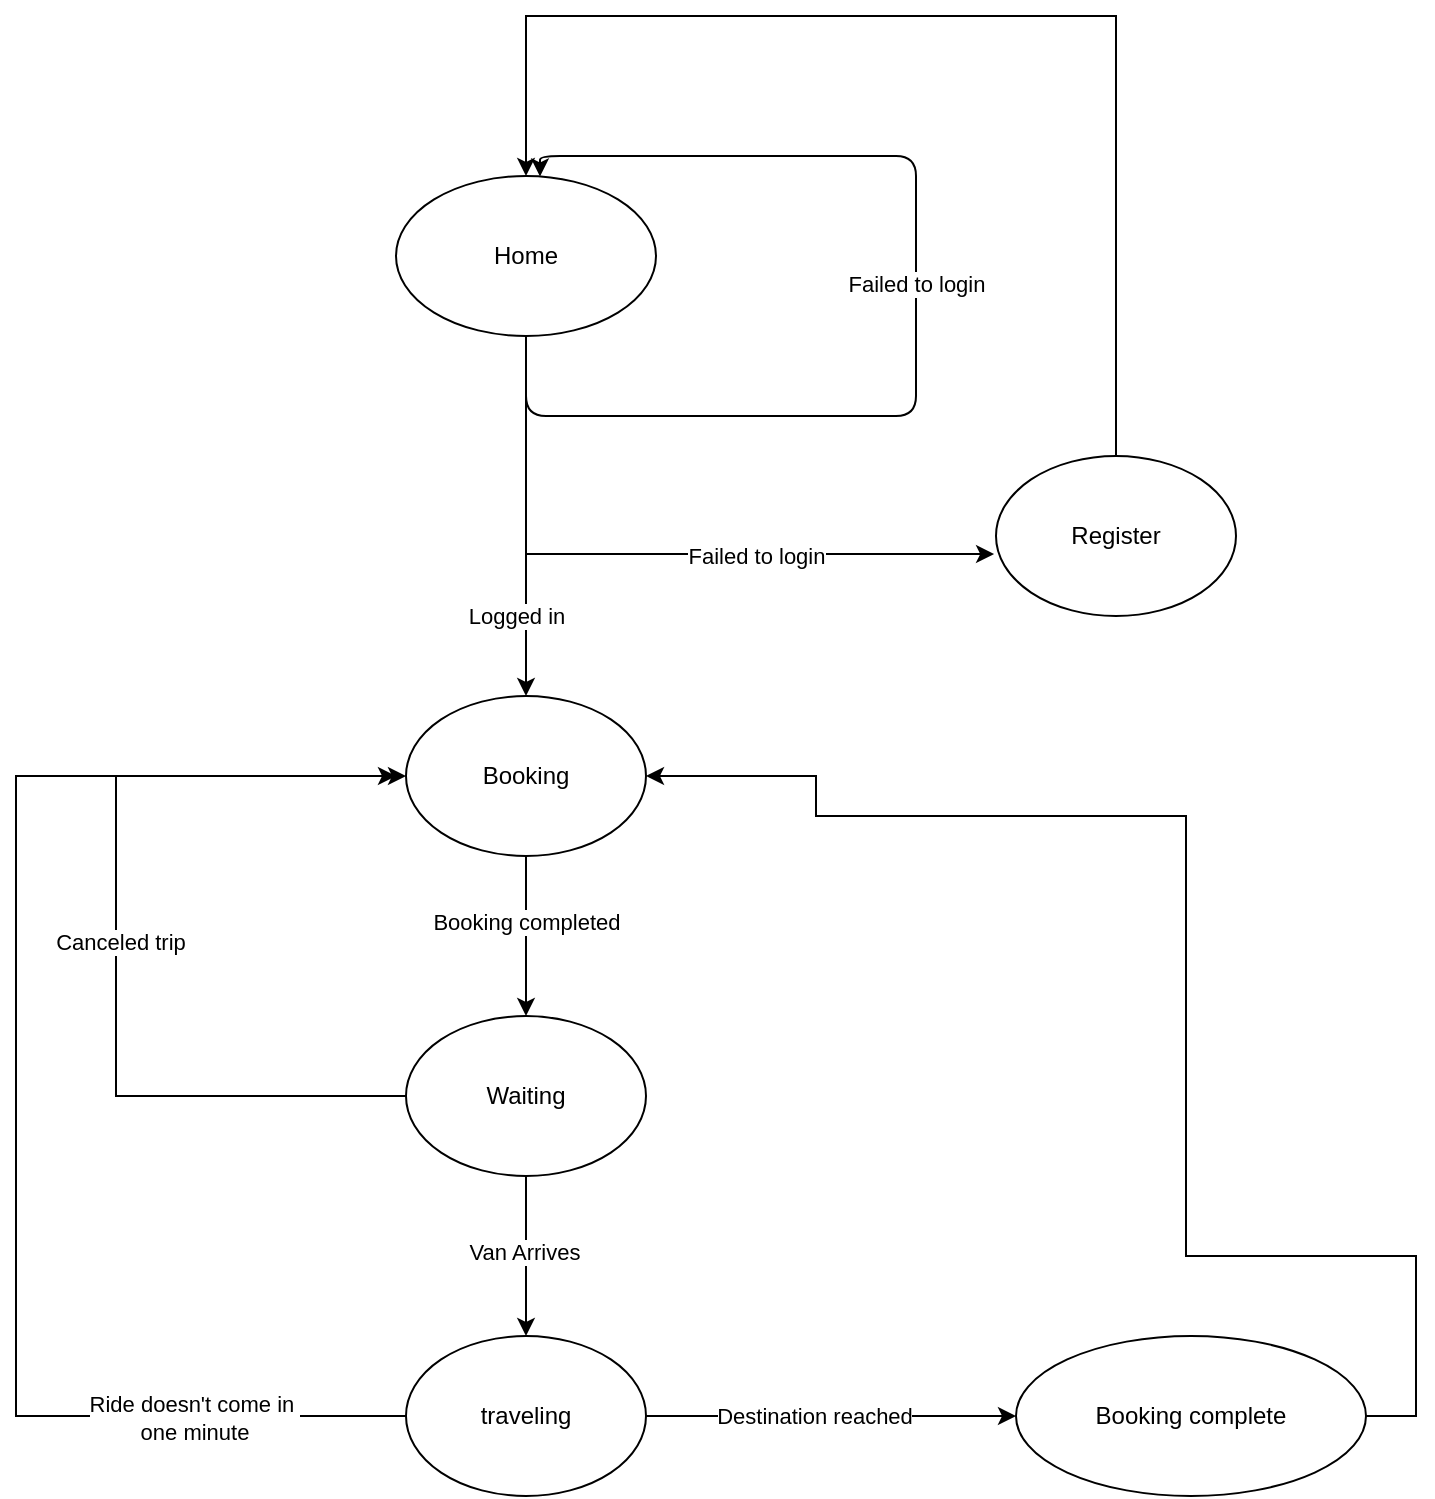
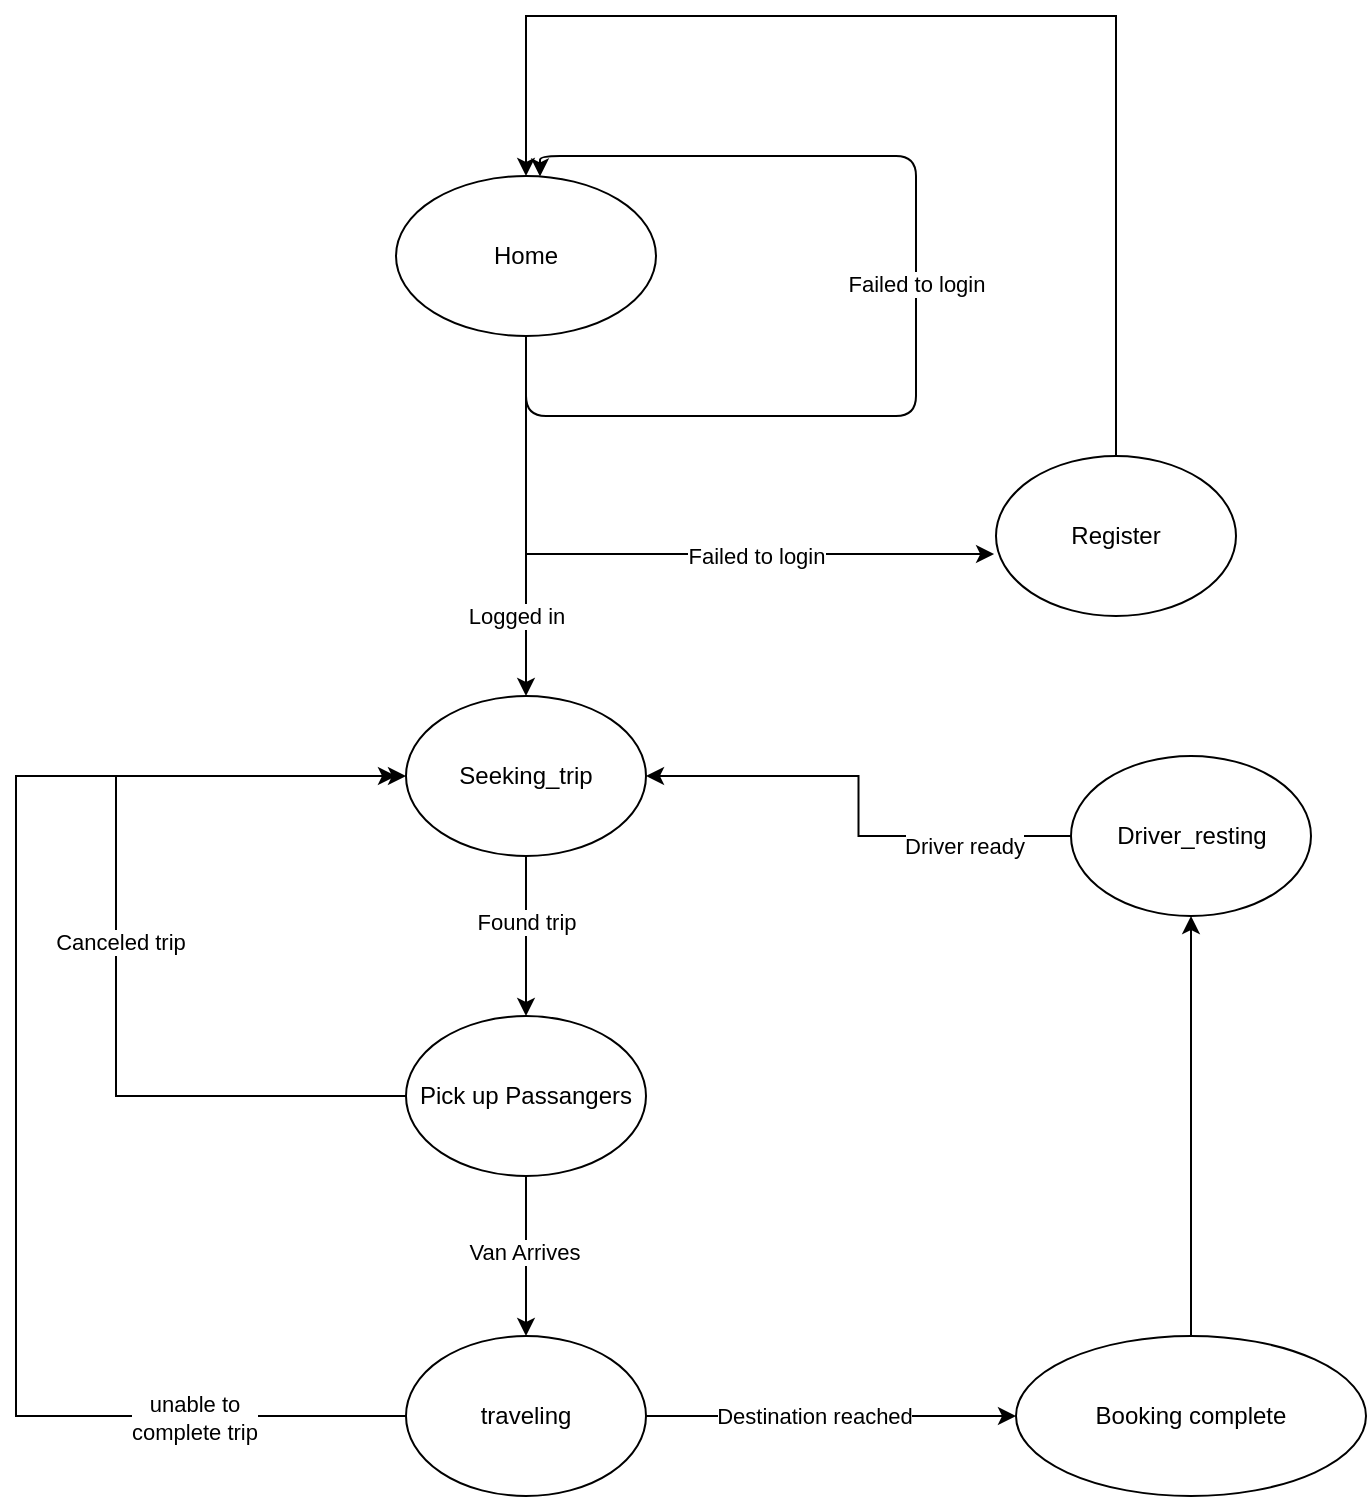
<mxfile host="app.diagrams.net">
  <diagram name="Page-1" id="ZYWmiHizElhVljDEmhqM">
    <mxGraphModel dx="897" dy="707" grid="1" gridSize="10" guides="1" tooltips="1" connect="1" arrows="1" fold="1" page="1" pageScale="1" pageWidth="850" pageHeight="1100" math="0" shadow="0">
      <root>
        <mxCell id="0" />
        <mxCell id="1" parent="0" />
        <mxCell id="mguiP6TVmpAt38DfT10o-1" edge="1" parent="1" source="mguiP6TVmpAt38DfT10o-2" style="edgeStyle=orthogonalEdgeStyle;rounded=0;orthogonalLoop=1;jettySize=auto;html=1;" target="mguiP6TVmpAt38DfT10o-5" value="Logged in">
          <mxGeometry relative="1" x="0.5556" y="-5" as="geometry">
            <mxPoint as="offset" />
          </mxGeometry>
        </mxCell>
        <mxCell id="mguiP6TVmpAt38DfT10o-2" parent="1" style="ellipse;whiteSpace=wrap;html=1;" value="Home" vertex="1">
          <mxGeometry height="80" width="130" x="230" y="100" as="geometry" />
        </mxCell>
        <mxCell id="mguiP6TVmpAt38DfT10o-3" edge="1" parent="1" source="mguiP6TVmpAt38DfT10o-5" style="edgeStyle=orthogonalEdgeStyle;rounded=0;orthogonalLoop=1;jettySize=auto;html=1;" target="mguiP6TVmpAt38DfT10o-16" value="">
          <mxGeometry relative="1" as="geometry" />
        </mxCell>
-         <mxCell id="mguiP6TVmpAt38DfT10o-4" connectable="0" parent="mguiP6TVmpAt38DfT10o-3" style="edgeLabel;html=1;align=center;verticalAlign=middle;resizable=0;points=[];" value="Booking completed" vertex="1">
+         <mxCell id="mguiP6TVmpAt38DfT10o-4" connectable="0" parent="mguiP6TVmpAt38DfT10o-3" style="edgeLabel;html=1;align=center;verticalAlign=middle;resizable=0;points=[];" value="Found trip" vertex="1">
          <mxGeometry relative="1" x="-0.175" as="geometry">
            <mxPoint as="offset" />
          </mxGeometry>
        </mxCell>
-         <mxCell id="mguiP6TVmpAt38DfT10o-5" parent="1" style="ellipse;whiteSpace=wrap;html=1;" value="Booking" vertex="1">
+         <mxCell id="mguiP6TVmpAt38DfT10o-5" parent="1" style="ellipse;whiteSpace=wrap;html=1;" value="Seeking_trip" vertex="1">
          <mxGeometry height="80" width="120" x="235" y="360" as="geometry" />
        </mxCell>
        <mxCell id="mguiP6TVmpAt38DfT10o-6" edge="1" parent="1" source="mguiP6TVmpAt38DfT10o-2" style="edgeStyle=orthogonalEdgeStyle;rounded=1;orthogonalLoop=1;jettySize=auto;html=1;curved=0;" target="mguiP6TVmpAt38DfT10o-2">
          <mxGeometry relative="1" as="geometry">
            <Array as="points">
              <mxPoint x="295" y="220" />
              <mxPoint x="490" y="220" />
              <mxPoint x="490" y="90" />
              <mxPoint x="302" y="90" />
            </Array>
          </mxGeometry>
        </mxCell>
        <mxCell id="mguiP6TVmpAt38DfT10o-7" connectable="0" parent="mguiP6TVmpAt38DfT10o-6" style="edgeLabel;html=1;align=center;verticalAlign=middle;resizable=0;points=[];" value="Failed to login" vertex="1">
          <mxGeometry relative="1" x="0.0603" as="geometry">
            <mxPoint y="-3" as="offset" />
          </mxGeometry>
        </mxCell>
        <mxCell id="mguiP6TVmpAt38DfT10o-8" edge="1" parent="1" source="mguiP6TVmpAt38DfT10o-9" style="edgeStyle=orthogonalEdgeStyle;rounded=0;orthogonalLoop=1;jettySize=auto;html=1;exitX=0.5;exitY=0;exitDx=0;exitDy=0;entryX=0.5;entryY=0;entryDx=0;entryDy=0;" target="mguiP6TVmpAt38DfT10o-2">
          <mxGeometry relative="1" as="geometry">
            <Array as="points">
              <mxPoint x="590" y="20" />
              <mxPoint x="295" y="20" />
            </Array>
            <mxPoint x="600" y="20" as="targetPoint" />
          </mxGeometry>
        </mxCell>
        <mxCell id="mguiP6TVmpAt38DfT10o-9" parent="1" style="ellipse;whiteSpace=wrap;html=1;" value="Register" vertex="1">
          <mxGeometry height="80" width="120" x="530" y="240" as="geometry" />
        </mxCell>
        <mxCell id="mguiP6TVmpAt38DfT10o-10" edge="1" parent="1" source="mguiP6TVmpAt38DfT10o-2" style="edgeStyle=orthogonalEdgeStyle;rounded=0;orthogonalLoop=1;jettySize=auto;html=1;exitX=0.5;exitY=1;exitDx=0;exitDy=0;entryX=-0.008;entryY=0.613;entryDx=0;entryDy=0;entryPerimeter=0;" target="mguiP6TVmpAt38DfT10o-9">
          <mxGeometry relative="1" as="geometry">
            <Array as="points">
              <mxPoint x="295" y="289" />
            </Array>
          </mxGeometry>
        </mxCell>
        <mxCell id="mguiP6TVmpAt38DfT10o-11" connectable="0" parent="mguiP6TVmpAt38DfT10o-10" style="edgeLabel;html=1;align=center;verticalAlign=middle;resizable=0;points=[];" value="Failed to login" vertex="1">
          <mxGeometry relative="1" x="0.2885" y="-4" as="geometry">
            <mxPoint x="3" y="-3" as="offset" />
          </mxGeometry>
        </mxCell>
        <mxCell id="mguiP6TVmpAt38DfT10o-12" edge="1" parent="1" source="mguiP6TVmpAt38DfT10o-16" style="edgeStyle=orthogonalEdgeStyle;rounded=0;orthogonalLoop=1;jettySize=auto;html=1;" target="mguiP6TVmpAt38DfT10o-21" value="">
          <mxGeometry relative="1" as="geometry" />
        </mxCell>
        <mxCell id="mguiP6TVmpAt38DfT10o-13" connectable="0" parent="mguiP6TVmpAt38DfT10o-12" style="edgeLabel;html=1;align=center;verticalAlign=middle;resizable=0;points=[];" value="Van Arrives" vertex="1">
          <mxGeometry relative="1" x="-0.05" y="-1" as="geometry">
            <mxPoint as="offset" />
          </mxGeometry>
        </mxCell>
        <mxCell id="mguiP6TVmpAt38DfT10o-14" edge="1" parent="1" source="mguiP6TVmpAt38DfT10o-16" style="edgeStyle=orthogonalEdgeStyle;rounded=0;orthogonalLoop=1;jettySize=auto;html=1;entryX=0;entryY=0.5;entryDx=0;entryDy=0;exitX=0;exitY=0.5;exitDx=0;exitDy=0;" target="mguiP6TVmpAt38DfT10o-5">
          <mxGeometry relative="1" as="geometry">
            <Array as="points">
              <mxPoint x="90" y="560" />
              <mxPoint x="90" y="400" />
            </Array>
            <mxPoint x="230" y="550" as="sourcePoint" />
          </mxGeometry>
        </mxCell>
        <mxCell id="mguiP6TVmpAt38DfT10o-15" connectable="0" parent="mguiP6TVmpAt38DfT10o-14" style="edgeLabel;html=1;align=center;verticalAlign=middle;resizable=0;points=[];" value="Canceled trip" vertex="1">
          <mxGeometry relative="1" x="-0.0133" y="-2" as="geometry">
            <mxPoint as="offset" />
          </mxGeometry>
        </mxCell>
-         <mxCell id="mguiP6TVmpAt38DfT10o-16" parent="1" style="ellipse;whiteSpace=wrap;html=1;" value="&lt;div&gt;Waiting&lt;/div&gt;" vertex="1">
+         <mxCell id="mguiP6TVmpAt38DfT10o-16" parent="1" style="ellipse;whiteSpace=wrap;html=1;" value="&lt;div&gt;Pick up Passangers&lt;/div&gt;" vertex="1">
          <mxGeometry height="80" width="120" x="235" y="520" as="geometry" />
        </mxCell>
        <mxCell id="mguiP6TVmpAt38DfT10o-17" edge="1" parent="1" source="mguiP6TVmpAt38DfT10o-21" style="edgeStyle=orthogonalEdgeStyle;rounded=0;orthogonalLoop=1;jettySize=auto;html=1;" target="mguiP6TVmpAt38DfT10o-23" value="">
          <mxGeometry relative="1" as="geometry" />
        </mxCell>
        <mxCell id="mguiP6TVmpAt38DfT10o-18" connectable="0" parent="mguiP6TVmpAt38DfT10o-17" style="edgeLabel;html=1;align=center;verticalAlign=middle;resizable=0;points=[];" value="Destination reached" vertex="1">
          <mxGeometry relative="1" x="-0.1" y="-4" as="geometry">
            <mxPoint y="-4" as="offset" />
          </mxGeometry>
        </mxCell>
        <mxCell id="mguiP6TVmpAt38DfT10o-19" edge="1" parent="1" source="mguiP6TVmpAt38DfT10o-21" style="edgeStyle=orthogonalEdgeStyle;rounded=0;orthogonalLoop=1;jettySize=auto;html=1;">
          <mxGeometry relative="1" as="geometry">
            <Array as="points">
              <mxPoint x="40" y="720" />
              <mxPoint x="40" y="400" />
            </Array>
            <mxPoint x="230" y="400" as="targetPoint" />
          </mxGeometry>
        </mxCell>
-         <mxCell id="mguiP6TVmpAt38DfT10o-20" connectable="0" parent="mguiP6TVmpAt38DfT10o-19" style="edgeLabel;html=1;align=center;verticalAlign=middle;resizable=0;points=[];" value="Ride doesn&#39;t come in&amp;nbsp;&lt;br&gt;one minute" vertex="1">
+         <mxCell id="mguiP6TVmpAt38DfT10o-20" connectable="0" parent="mguiP6TVmpAt38DfT10o-19" style="edgeLabel;html=1;align=center;verticalAlign=middle;resizable=0;points=[];" value="unable to&lt;br&gt;complete trip" vertex="1">
          <mxGeometry relative="1" x="-0.7397" y="1" as="geometry">
            <mxPoint x="-14" as="offset" />
          </mxGeometry>
        </mxCell>
        <mxCell id="mguiP6TVmpAt38DfT10o-21" parent="1" style="ellipse;whiteSpace=wrap;html=1;" value="traveling" vertex="1">
          <mxGeometry height="80" width="120" x="235" y="680" as="geometry" />
        </mxCell>
-         <mxCell id="mguiP6TVmpAt38DfT10o-22" edge="1" parent="1" source="mguiP6TVmpAt38DfT10o-23" style="edgeStyle=orthogonalEdgeStyle;rounded=0;orthogonalLoop=1;jettySize=auto;html=1;exitX=1;exitY=0.5;exitDx=0;exitDy=0;entryX=1;entryY=0.5;entryDx=0;entryDy=0;" target="mguiP6TVmpAt38DfT10o-5">
-           <mxGeometry relative="1" as="geometry">
-             <Array as="points">
-               <mxPoint x="740" y="720" />
-               <mxPoint x="740" y="640" />
-               <mxPoint x="625" y="640" />
-               <mxPoint x="625" y="420" />
-               <mxPoint x="440" y="420" />
-               <mxPoint x="440" y="400" />
-             </Array>
-             <mxPoint x="605" y="775" as="sourcePoint" />
-             <mxPoint x="365" y="290" as="targetPoint" />
-           </mxGeometry>
+         <mxCell id="mguiP6TVmpAt38DfT10o-25" edge="1" parent="1" source="mguiP6TVmpAt38DfT10o-23" style="edgeStyle=orthogonalEdgeStyle;rounded=0;orthogonalLoop=1;jettySize=auto;html=1;" target="mguiP6TVmpAt38DfT10o-24">
+           <mxGeometry relative="1" as="geometry" />
        </mxCell>
        <mxCell id="mguiP6TVmpAt38DfT10o-23" parent="1" style="ellipse;whiteSpace=wrap;html=1;" value="Booking complete" vertex="1">
          <mxGeometry height="80" width="175" x="540" y="680" as="geometry" />
+         </mxCell>
+         <mxCell id="mguiP6TVmpAt38DfT10o-26" edge="1" parent="1" source="mguiP6TVmpAt38DfT10o-24" style="edgeStyle=orthogonalEdgeStyle;rounded=0;orthogonalLoop=1;jettySize=auto;html=1;" target="mguiP6TVmpAt38DfT10o-5">
+           <mxGeometry relative="1" as="geometry" />
+         </mxCell>
+         <mxCell id="mguiP6TVmpAt38DfT10o-27" connectable="0" parent="mguiP6TVmpAt38DfT10o-26" style="edgeLabel;html=1;align=center;verticalAlign=middle;resizable=0;points=[];" value="Driver ready" vertex="1">
+           <mxGeometry relative="1" x="-0.5505" y="5" as="geometry">
+             <mxPoint x="1" as="offset" />
+           </mxGeometry>
+         </mxCell>
+         <mxCell id="mguiP6TVmpAt38DfT10o-24" parent="1" style="ellipse;whiteSpace=wrap;html=1;" value="Driver_resting" vertex="1">
+           <mxGeometry height="80" width="120" x="567.5" y="390" as="geometry" />
        </mxCell>
      </root>
    </mxGraphModel>
  </diagram>
</mxfile>
